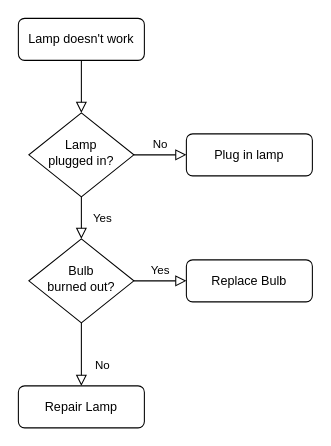
This is Untitled Diagram.drawio from djkeu/draw_daigrams, a draw.io file, before an edit. Source tidied: cells renumbered, new cells numbered last; positions are measured from the earlier drawing's top-left corner, leaving out a move shared by most shapes. Both pictures are drawn from the tidied source at 105%, with x=0, y=0 at pixel (18, 18).
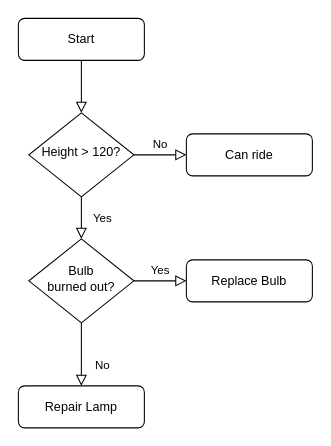
The same page after the edit.

Commit message:
Flowchart if else rollercoaster exercise

The edit, as a diff of the source:
```diff
@@
 <mxGraphModel>
   <root>
     <mxCell id="0" />
     <mxCell id="1" parent="0" />
     <mxCell id="2" style="rounded=0;html=1;jettySize=auto;fontSize=11;endArrow=block;endFill=0;endSize=8;strokeWidth=1;shadow=0;labelBackgroundColor=none;edgeStyle=orthogonalEdgeStyle;" parent="1" edge="1" source="3" target="6">
       <mxGeometry relative="1" as="geometry" />
     </mxCell>
-    <mxCell id="3" value="Lamp doesn't work" style="rounded=1;whiteSpace=wrap;html=1;fontSize=12;glass=0;strokeWidth=1;shadow=0;" parent="1" vertex="1">
+    <mxCell id="3" value="Start" style="rounded=1;whiteSpace=wrap;html=1;fontSize=12;glass=0;strokeWidth=1;shadow=0;" parent="1" vertex="1">
       <mxGeometry width="120" height="40" as="geometry" />
     </mxCell>
     <mxCell id="4" value="Yes" style="rounded=0;html=1;jettySize=auto;fontSize=11;endArrow=block;endFill=0;endSize=8;strokeWidth=1;shadow=0;labelBackgroundColor=none;edgeStyle=orthogonalEdgeStyle;" parent="1" edge="1" source="6" target="10">
       <mxGeometry y="20" relative="1" as="geometry" />
     </mxCell>
     <mxCell id="5" value="No" style="edgeStyle=orthogonalEdgeStyle;rounded=0;html=1;jettySize=auto;fontSize=11;endArrow=block;endFill=0;endSize=8;strokeWidth=1;shadow=0;labelBackgroundColor=none;" parent="1" edge="1" source="6" target="7">
       <mxGeometry y="10" relative="1" as="geometry" />
     </mxCell>
-    <mxCell id="6" value="Lamp&lt;br&gt;plugged in?" style="rhombus;whiteSpace=wrap;html=1;shadow=0;fontFamily=Helvetica;fontSize=12;align=center;strokeWidth=1;spacing=6;spacingTop=-4;" parent="1" vertex="1">
+    <mxCell id="6" value="Height &amp;gt; 120?" style="rhombus;whiteSpace=wrap;html=1;shadow=0;fontFamily=Helvetica;fontSize=12;align=center;strokeWidth=1;spacing=6;spacingTop=-4;" parent="1" vertex="1">
       <mxGeometry x="10" y="90" width="100" height="80" as="geometry" />
     </mxCell>
-    <mxCell id="7" value="Plug in lamp" style="rounded=1;whiteSpace=wrap;html=1;fontSize=12;glass=0;strokeWidth=1;shadow=0;" parent="1" vertex="1">
+    <mxCell id="7" value="Can ride" style="rounded=1;whiteSpace=wrap;html=1;fontSize=12;glass=0;strokeWidth=1;shadow=0;" parent="1" vertex="1">
       <mxGeometry x="160" y="110" width="120" height="40" as="geometry" />
     </mxCell>
     <mxCell id="8" value="No" style="rounded=0;html=1;jettySize=auto;fontSize=11;endArrow=block;endFill=0;endSize=8;strokeWidth=1;shadow=0;labelBackgroundColor=none;edgeStyle=orthogonalEdgeStyle;" parent="1" edge="1" source="10" target="11">
       <mxGeometry x="0.33" y="20" relative="1" as="geometry" />
     </mxCell>
     <mxCell id="9" value="Yes" style="edgeStyle=orthogonalEdgeStyle;rounded=0;html=1;jettySize=auto;fontSize=11;endArrow=block;endFill=0;endSize=8;strokeWidth=1;shadow=0;labelBackgroundColor=none;" parent="1" edge="1" source="10" target="12">
       <mxGeometry y="10" relative="1" as="geometry" />
     </mxCell>
     <mxCell id="10" value="Bulb&lt;br&gt;burned out?" style="rhombus;whiteSpace=wrap;html=1;shadow=0;fontFamily=Helvetica;fontSize=12;align=center;strokeWidth=1;spacing=6;spacingTop=-4;" parent="1" vertex="1">
       <mxGeometry x="10" y="210" width="100" height="80" as="geometry" />
     </mxCell>
     <mxCell id="11" value="Repair Lamp" style="rounded=1;whiteSpace=wrap;html=1;fontSize=12;glass=0;strokeWidth=1;shadow=0;" parent="1" vertex="1">
       <mxGeometry y="350" width="120" height="40" as="geometry" />
     </mxCell>
     <mxCell id="12" value="Replace Bulb" style="rounded=1;whiteSpace=wrap;html=1;fontSize=12;glass=0;strokeWidth=1;shadow=0;" parent="1" vertex="1">
       <mxGeometry x="160" y="230" width="120" height="40" as="geometry" />
     </mxCell>
   </root>
 </mxGraphModel>
```
